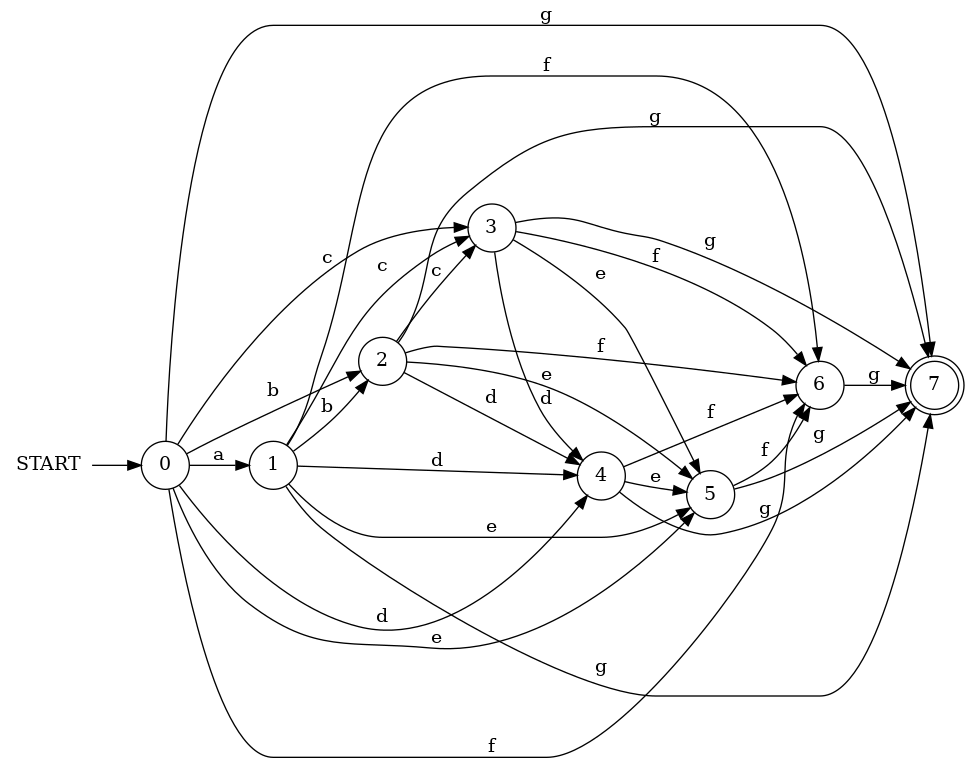
Before: examples/question.dot.png, a diagram exported from Graphviz (Double-oxygeN/RegExp2DFA). Its source is kept beside it as examples/question.dot. The source it was exported from:
```dot
digraph {
  graph [rankdir=LR];
  START [shape=plaintext];
  START -> q_0;
  q_0 [shape=circle, label="0"];
  q_1 [shape=circle, label="1"];
  q_2 [shape=circle, label="2"];
  q_3 [shape=circle, label="3"];
  q_4 [shape=circle, label="4"];
  q_5 [shape=circle, label="5"];
  q_6 [shape=circle, label="6"];
  q_7 [shape=doublecircle, label="7"];
  q_0 -> q_1 [label="a"];
  q_3 -> q_5 [label="e"];
  q_0 -> q_4 [label="d"];
  q_1 -> q_2 [label="b"];
  q_1 -> q_3 [label="c"];
  q_2 -> q_3 [label="c"];
  q_0 -> q_7 [label="g"];
  q_4 -> q_7 [label="g"];
  q_2 -> q_6 [label="f"];
  q_5 -> q_7 [label="g"];
  q_0 -> q_5 [label="e"];
  q_5 -> q_6 [label="f"];
  q_0 -> q_3 [label="c"];
  q_2 -> q_4 [label="d"];
  q_0 -> q_2 [label="b"];
  q_3 -> q_7 [label="g"];
  q_4 -> q_6 [label="f"];
  q_3 -> q_6 [label="f"];
  q_4 -> q_5 [label="e"];
  q_1 -> q_4 [label="d"];
  q_3 -> q_4 [label="d"];
  q_1 -> q_7 [label="g"];
  q_2 -> q_7 [label="g"];
  q_0 -> q_6 [label="f"];
  q_1 -> q_5 [label="e"];
  q_6 -> q_7 [label="g"];
  q_1 -> q_6 [label="f"];
  q_2 -> q_5 [label="e"];
}
```
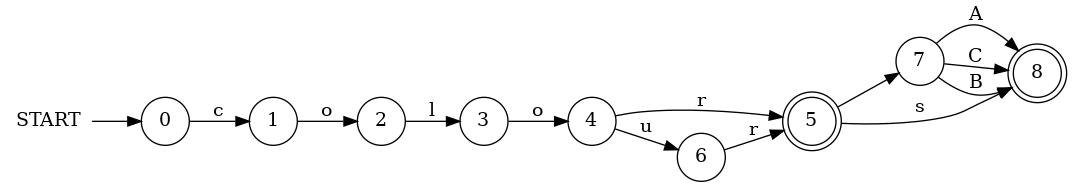
After the change.

The edit, as a diff of the source:
```diff
@@ -1,41 +1,28 @@
 digraph {
   graph [rankdir=LR];
+
   START [shape=plaintext];
+
   START -> q_0;
   q_0 [shape=circle, label="0"];
   q_1 [shape=circle, label="1"];
   q_2 [shape=circle, label="2"];
   q_3 [shape=circle, label="3"];
   q_4 [shape=circle, label="4"];
-  q_5 [shape=circle, label="5"];
+  q_5 [shape=doublecircle, label="5"];
   q_6 [shape=circle, label="6"];
-  q_7 [shape=doublecircle, label="7"];
-  q_0 -> q_1 [label="a"];
-  q_3 -> q_5 [label="e"];
-  q_0 -> q_4 [label="d"];
-  q_1 -> q_2 [label="b"];
-  q_1 -> q_3 [label="c"];
-  q_2 -> q_3 [label="c"];
-  q_0 -> q_7 [label="g"];
-  q_4 -> q_7 [label="g"];
-  q_2 -> q_6 [label="f"];
-  q_5 -> q_7 [label="g"];
-  q_0 -> q_5 [label="e"];
-  q_5 -> q_6 [label="f"];
-  q_0 -> q_3 [label="c"];
-  q_2 -> q_4 [label="d"];
-  q_0 -> q_2 [label="b"];
-  q_3 -> q_7 [label="g"];
-  q_4 -> q_6 [label="f"];
-  q_3 -> q_6 [label="f"];
-  q_4 -> q_5 [label="e"];
-  q_1 -> q_4 [label="d"];
-  q_3 -> q_4 [label="d"];
-  q_1 -> q_7 [label="g"];
-  q_2 -> q_7 [label="g"];
-  q_0 -> q_6 [label="f"];
-  q_1 -> q_5 [label="e"];
-  q_6 -> q_7 [label="g"];
-  q_1 -> q_6 [label="f"];
-  q_2 -> q_5 [label="e"];
+  q_7 [shape=circle, label="7"];
+  q_8 [shape=doublecircle, label="8"];
+  q_6 -> q_5 [label="r"];
+  q_7 -> q_8 [label="A"];
+  q_7 -> q_8 [label="C"];
+  q_4 -> q_5 [label="r"];
+  q_2 -> q_3 [label="l"];
+  q_5 -> q_7 [label=" "];
+  q_1 -> q_2 [label="o"];
+  q_5 -> q_8 [label="s"];
+  q_7 -> q_8 [label="B"];
+  q_0 -> q_1 [label="c"];
+  q_3 -> q_4 [label="o"];
+  q_4 -> q_6 [label="u"];
 }
```
